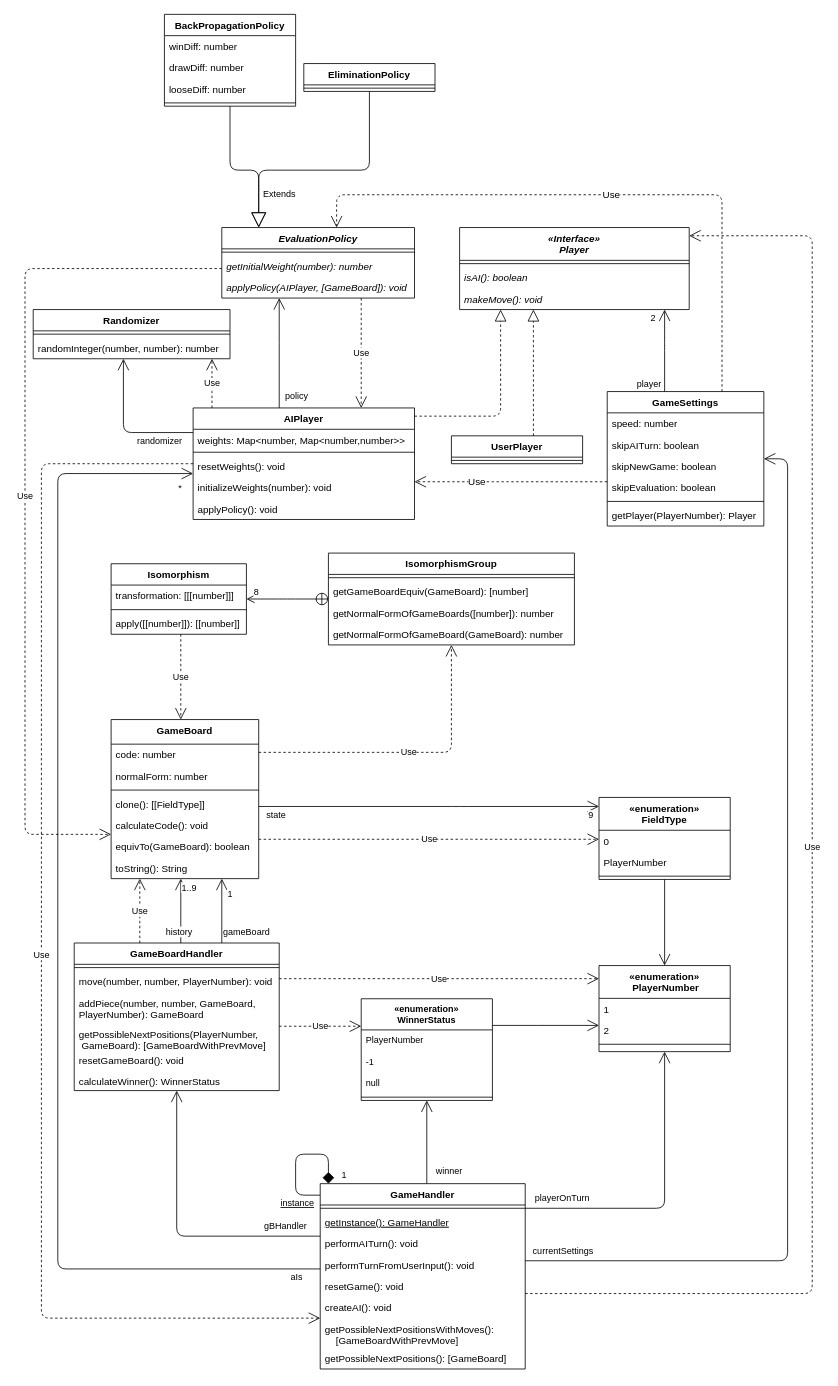
This is ProductBacklog/Klassendiagramme/Planung.drawio from idlaviV/TIKTacToe, a draw.io file, before an edit. Source tidied: cells renumbered, new cells numbered last; positions are measured from the earlier drawing's top-left corner, leaving out a move shared by most shapes. Both pictures are drawn from the tidied source at 82%, with x=0, y=0 at pixel (25, 14).
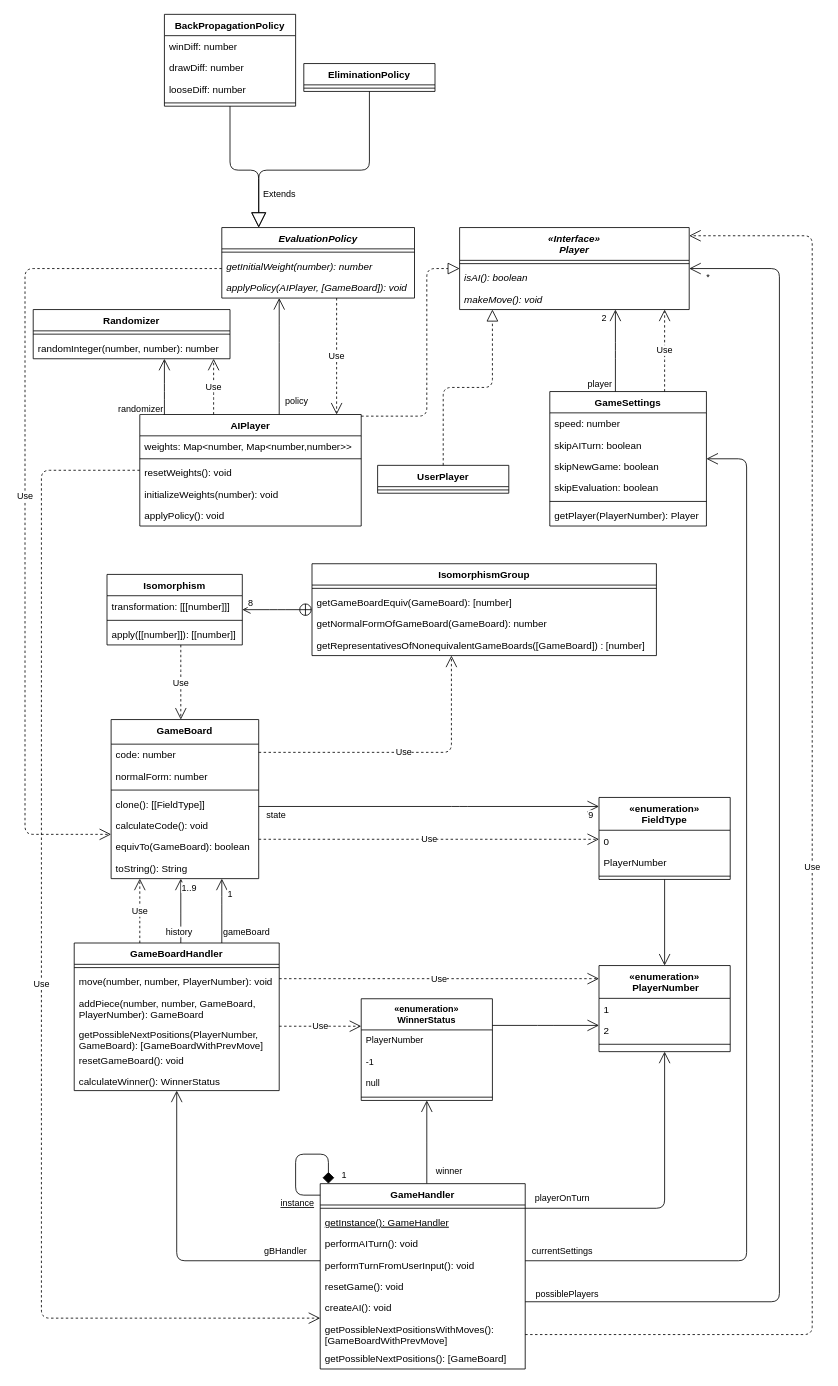
After the change.

The change refers to these unchanged cells:
```xml
<mxCell id="10" value="GameBoardHandler" style="swimlane;fontStyle=1;align=center;verticalAlign=top;horizontal=1;startSize=26;rounded=0;shadow=0;strokeWidth=1;" parent="1" vertex="1">
  <mxGeometry x="60" y="1132.5" width="250" height="180" as="geometry" />
</mxCell>
<mxCell id="50" value="«Interface»&#10;Player" style="swimlane;fontStyle=3;align=center;verticalAlign=top;horizontal=1;startSize=40;" parent="1" vertex="1">
  <mxGeometry x="530" y="260" width="280" height="100" as="geometry" />
</mxCell>
<mxCell id="56" value="EvaluationPolicy" style="swimlane;fontStyle=3;align=center;verticalAlign=top;horizontal=1;startSize=26;" parent="1" vertex="1">
  <mxGeometry x="240" y="260" width="235" height="86" as="geometry" />
</mxCell>
<mxCell id="78" value="GameHandler" style="swimlane;fontStyle=1;align=center;verticalAlign=top;horizontal=1;startSize=26;labelBackgroundColor=default;fillStyle=auto;" parent="1" vertex="1">
  <mxGeometry x="360" y="1426" width="250" height="226" as="geometry" />
</mxCell>
<mxCell id="119" value="Randomizer" style="swimlane;fontStyle=1;align=center;verticalAlign=top;horizontal=1;startSize=26;" parent="1" vertex="1">
  <mxGeometry x="10" y="360" width="240" height="60" as="geometry" />
</mxCell>
```

What changed in the source:
```diff
@@
-    <mxCell id="14" value="getPossibleNextPositions(PlayerNumber,&#10; GameBoard): [GameBoardWithPrevMove]" style="text;strokeColor=none;fillColor=none;align=left;verticalAlign=top;spacingLeft=4;spacingRight=4;overflow=hidden;" parent="10" vertex="1">
+    <mxCell id="14" value="getPossibleNextPositions(PlayerNumber,&#10;GameBoard): [GameBoardWithPrevMove]" style="text;strokeColor=none;fillColor=none;align=left;verticalAlign=top;spacingLeft=4;spacingRight=4;overflow=hidden;" parent="10" vertex="1">
       <mxGeometry y="98" width="250" height="32" as="geometry" />
     </mxCell>
@@
     <mxCell id="35" value="Isomorphism" style="swimlane;fontStyle=1;align=center;verticalAlign=top;horizontal=1;startSize=26;rounded=0;" parent="1" vertex="1">
-      <mxGeometry x="105" y="670" width="165" height="86" as="geometry" />
+      <mxGeometry x="100" y="683" width="165" height="86" as="geometry" />
     </mxCell>
@@
     <mxCell id="39" value="IsomorphismGroup" style="swimlane;fontStyle=1;align=center;verticalAlign=top;horizontal=1;startSize=26;rounded=0;" parent="1" vertex="1">
-      <mxGeometry x="370" y="657" width="300" height="112" as="geometry" />
+      <mxGeometry x="350" y="670" width="420" height="112" as="geometry" />
     </mxCell>
     <mxCell id="40" style="line;strokeWidth=1;fillColor=none;align=left;verticalAlign=middle;spacingTop=-1;spacingLeft=3;spacingRight=3;labelPosition=right;strokeColor=inherit;rounded=0;" parent="39" vertex="1">
-      <mxGeometry y="26" width="300" height="8" as="geometry" />
+      <mxGeometry y="26" width="420" height="8" as="geometry" />
     </mxCell>
     <mxCell id="41" value="getGameBoardEquiv(GameBoard): [number]" style="text;strokeColor=none;fillColor=none;align=left;verticalAlign=top;spacingLeft=4;spacingRight=4;overflow=hidden;rounded=0;" parent="39" vertex="1">
-      <mxGeometry y="34" width="300" height="26" as="geometry" />
+      <mxGeometry y="34" width="420" height="26" as="geometry" />
     </mxCell>
-    <mxCell id="42" value="getNormalFormOfGameBoards([number]): number" style="text;strokeColor=none;fillColor=none;align=left;verticalAlign=top;spacingLeft=4;spacingRight=4;overflow=hidden;" parent="39" vertex="1">
-      <mxGeometry y="60" width="300" height="26" as="geometry" />
-    </mxCell>
     <mxCell id="43" value="getNormalFormOfGameBoard(GameBoard): number" style="text;strokeColor=none;fillColor=none;align=left;verticalAlign=top;spacingLeft=4;spacingRight=4;overflow=hidden;" parent="39" vertex="1">
-      <mxGeometry y="86" width="300" height="26" as="geometry" />
+      <mxGeometry y="60" width="420" height="26" as="geometry" />
     </mxCell>
+    <mxCell id="125" value="getRepresentativesOfNonequivalentGameBoards([GameBoard]) : [number]" style="text;strokeColor=none;fillColor=none;align=left;verticalAlign=top;spacingLeft=4;spacingRight=4;overflow=hidden;" parent="39" vertex="1">
+      <mxGeometry y="86" width="420" height="26" as="geometry" />
+    </mxCell>
     <mxCell id="44" value="AIPlayer" style="swimlane;fontStyle=1;align=center;verticalAlign=top;horizontal=1;startSize=26;" parent="1" vertex="1">
-      <mxGeometry x="205" y="480" width="270" height="136" as="geometry" />
+      <mxGeometry x="140" y="488" width="270" height="136" as="geometry" />
     </mxCell>
@@
     <mxCell id="54" value="UserPlayer" style="swimlane;fontStyle=1;align=center;verticalAlign=top;horizontal=1;startSize=26;labelBackgroundColor=none;fillStyle=auto;" parent="1" vertex="1">
-      <mxGeometry x="520" y="514" width="160" height="34" as="geometry" />
+      <mxGeometry x="430" y="550" width="160" height="34" as="geometry" />
     </mxCell>
@@
     <mxCell id="69" value="Use" style="endArrow=open;endSize=12;dashed=1;html=1;edgeStyle=elbowEdgeStyle;" parent="1" edge="1" source="56" target="44">
       <mxGeometry relative="1" as="geometry">
         <Array as="points">
+          <mxPoint x="380" y="440" />
           <mxPoint x="410" y="370" />
           <mxPoint x="310" y="400" />
           <mxPoint x="150" y="350" />
         </Array>
       </mxGeometry>
     </mxCell>
@@
     <mxCell id="71" value="GameSettings" style="swimlane;fontStyle=1;align=center;verticalAlign=top;horizontal=1;startSize=26;" parent="1" vertex="1">
-      <mxGeometry x="710" y="460" width="191" height="164" as="geometry" />
+      <mxGeometry x="640" y="460" width="191" height="164" as="geometry" />
     </mxCell>
@@
-    <mxCell id="85" value="getPossibleNextPositionsWithMoves(): &#10;    [GameBoardWithPrevMove]" style="text;strokeColor=none;fillColor=none;align=left;verticalAlign=top;spacingLeft=4;spacingRight=4;overflow=hidden;" parent="78" vertex="1">
+    <mxCell id="85" value="getPossibleNextPositionsWithMoves(): &#10;[GameBoardWithPrevMove]" style="text;strokeColor=none;fillColor=none;align=left;verticalAlign=top;spacingLeft=4;spacingRight=4;overflow=hidden;" parent="78" vertex="1">
       <mxGeometry y="164" width="250" height="36" as="geometry" />
     </mxCell>
@@
-    <mxCell id="87" value="aIs" style="endArrow=open;endSize=12;html=1;rounded=1;fontSize=11;elbow=vertical;edgeStyle=orthogonalEdgeStyle;" parent="1" edge="1" source="78" target="44">
-      <mxGeometry x="-0.96" y="10" relative="1" as="geometry">
-        <Array as="points">
-          <mxPoint x="40" y="1530" />
-          <mxPoint x="40" y="560" />
-        </Array>
-      </mxGeometry>
-    </mxCell>
-    <mxCell id="88" value="*" style="edgeLabel;html=1;align=center;verticalAlign=middle;" parent="87" vertex="1">
-      <mxGeometry x="0.93" y="-1" relative="1" as="geometry">
-        <mxPoint x="34" y="16" as="offset" />
-      </mxGeometry>
-    </mxCell>
-    <mxCell id="89" value="Use" style="endArrow=open;endSize=12;dashed=1;html=1;rounded=1;fontSize=12;edgeStyle=orthogonalEdgeStyle;" parent="1" edge="1" source="71" target="56">
-      <mxGeometry relative="1" as="geometry">
-        <Array as="points">
-          <mxPoint x="850" y="220" />
-          <mxPoint x="380" y="220" />
-        </Array>
-      </mxGeometry>
-    </mxCell>
-    <mxCell id="90" value="Use" style="endArrow=open;endSize=12;dashed=1;html=1;rounded=1;fontSize=12;edgeStyle=orthogonalEdgeStyle;" parent="1" edge="1" source="71" target="44">
-      <mxGeometry x="0.35" relative="1" as="geometry">
-        <Array as="points">
-          <mxPoint x="580" y="570" />
-          <mxPoint x="580" y="570" />
-        </Array>
-      </mxGeometry>
-    </mxCell>
     <mxCell id="91" value="currentSettings" style="endArrow=open;endSize=12;html=1;rounded=1;fontSize=11;edgeStyle=orthogonalEdgeStyle;" parent="1" edge="1" source="78" target="71">
       <mxGeometry x="-0.93" y="12" relative="1" as="geometry">
         <Array as="points">
-          <mxPoint x="930" y="1520" />
-          <mxPoint x="930" y="542" />
+          <mxPoint x="880" y="1520" />
+          <mxPoint x="880" y="542" />
         </Array>
       </mxGeometry>
     </mxCell>
@@
     <mxCell id="96" style="endArrow=open;html=1;edgeStyle=orthogonalEdgeStyle;endSize=12;endFill=0;" parent="1" edge="1" source="78" target="10">
       <mxGeometry relative="1" as="geometry">
         <Array as="points">
-          <mxPoint x="185" y="1490" />
+          <mxPoint x="185" y="1520" />
         </Array>
       </mxGeometry>
     </mxCell>
@@
     <mxCell id="104" style="endArrow=open;endFill=1;endSize=12;html=1;edgeStyle=elbowEdgeStyle;" parent="1" edge="1" source="71" target="50">
       <mxGeometry relative="1" as="geometry">
         <Array as="points">
+          <mxPoint x="720" y="410" />
           <mxPoint x="780" y="400" />
         </Array>
       </mxGeometry>
     </mxCell>
@@
     <mxCell id="109" value="Use" style="endArrow=open;endSize=12;dashed=1;html=1;edgeStyle=orthogonalEdgeStyle;" parent="1" edge="1" source="78" target="50">
       <mxGeometry relative="1" as="geometry">
         <Array as="points">
-          <mxPoint x="960" y="1560" />
+          <mxPoint x="960" y="1610" />
           <mxPoint x="960" y="270" />
         </Array>
       </mxGeometry>
     </mxCell>
@@
-    <mxCell id="115" style="endArrow=block;dashed=1;endFill=0;endSize=12;html=1;fontSize=12;edgeStyle=elbowEdgeStyle;" parent="1" edge="1" source="44" target="50">
+    <mxCell id="115" style="endArrow=block;dashed=1;endFill=0;endSize=12;html=1;fontSize=12;edgeStyle=orthogonalEdgeStyle;" parent="1" edge="1" source="44" target="50">
       <mxGeometry relative="1" as="geometry">
         <Array as="points">
-          <mxPoint x="580" y="490" />
-          <mxPoint x="580" y="470" />
+          <mxPoint x="490" y="490" />
+          <mxPoint x="490" y="310" />
         </Array>
       </mxGeometry>
     </mxCell>
-    <mxCell id="116" style="endArrow=block;dashed=1;endFill=0;endSize=12;html=1;fontSize=12;edgeStyle=elbowEdgeStyle;" parent="1" edge="1" source="54" target="50">
+    <mxCell id="116" style="endArrow=block;dashed=1;endFill=0;endSize=12;html=1;fontSize=12;edgeStyle=orthogonalEdgeStyle;" parent="1" edge="1" source="54" target="50">
       <mxGeometry relative="1" as="geometry">
         <Array as="points">
-          <mxPoint x="620" y="400" />
+          <mxPoint x="510" y="455" />
+          <mxPoint x="570" y="455" />
         </Array>
       </mxGeometry>
     </mxCell>
@@
     <mxCell id="122" style="endArrow=open;endFill=1;endSize=12;html=1;edgeStyle=elbowEdgeStyle;" parent="1" edge="1" source="44" target="119">
       <mxGeometry relative="1" as="geometry">
         <Array as="points">
+          <mxPoint x="170" y="460" />
           <mxPoint x="120" y="510" />
           <mxPoint x="120" y="490" />
         </Array>
       </mxGeometry>
     </mxCell>
     <mxCell id="123" value="randomizer" style="edgeLabel;html=1;align=center;verticalAlign=middle;" parent="122" vertex="1">
       <mxGeometry x="-0.69" relative="1" as="geometry">
-        <mxPoint x="-15" y="9" as="offset" />
+        <mxPoint x="-30" y="3" as="offset" />
       </mxGeometry>
     </mxCell>
     <mxCell id="124" value="Use" style="endArrow=open;endSize=12;dashed=1;html=1;edgeStyle=elbowEdgeStyle;" parent="1" edge="1" source="44" target="119">
-      <mxGeometry relative="1" as="geometry" />
+      <mxGeometry relative="1" as="geometry">
+        <Array as="points">
+          <mxPoint x="230" y="460" />
+        </Array>
+      </mxGeometry>
     </mxCell>
+    <mxCell id="126" value="Use" style="endArrow=open;endSize=12;dashed=1;html=1;edgeStyle=elbowEdgeStyle;" parent="1" edge="1" source="71" target="50">
+      <mxGeometry relative="1" as="geometry">
+        <Array as="points">
+          <mxPoint x="780" y="420" />
+        </Array>
+      </mxGeometry>
+    </mxCell>
+    <mxCell id="127" style="endArrow=open;endFill=1;endSize=12;html=1;edgeStyle=elbowEdgeStyle;" parent="1" edge="1" source="78" target="50">
+      <mxGeometry relative="1" as="geometry">
+        <Array as="points">
+          <mxPoint x="920" y="1570" />
+          <mxPoint x="920" y="1580" />
+          <mxPoint x="920" y="850" />
+        </Array>
+      </mxGeometry>
+    </mxCell>
+    <mxCell id="128" value="possiblePlayers" style="edgeLabel;html=1;align=center;verticalAlign=middle;" parent="127" vertex="1">
+      <mxGeometry x="-0.94" y="-3" relative="1" as="geometry">
+        <mxPoint y="-13" as="offset" />
+      </mxGeometry>
+    </mxCell>
+    <mxCell id="88" value="*" style="edgeLabel;html=1;align=center;verticalAlign=middle;" parent="127" vertex="1">
+      <mxGeometry x="0.97" y="4" relative="1" as="geometry">
+        <mxPoint x="-3" y="6" as="offset" />
+      </mxGeometry>
+    </mxCell>
```
